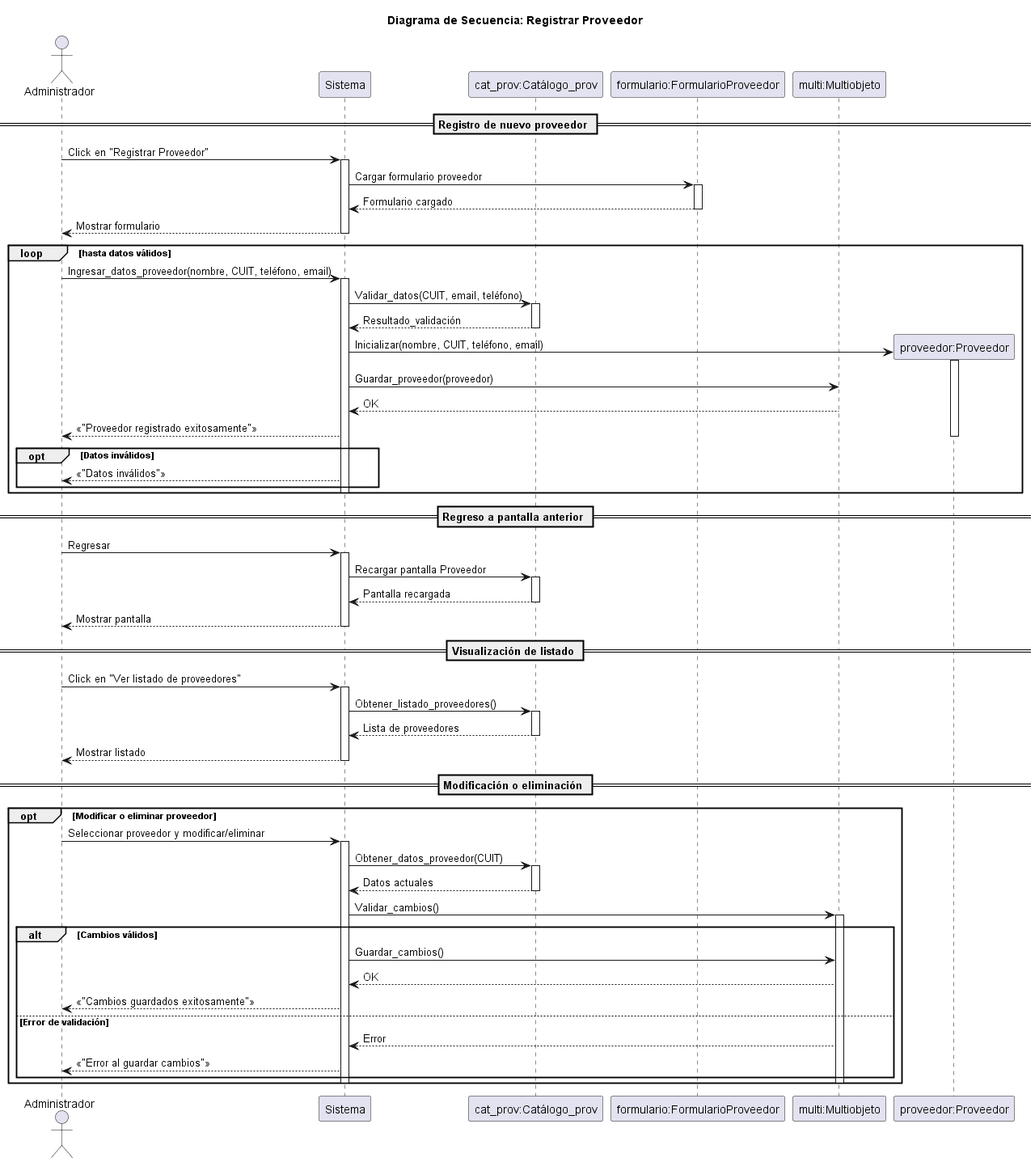
Before: 08-Diagrama-secuencia/proveedor.png, a diagram exported from PlantUML (Luci1274/PPI_Proyecto_gomeria).
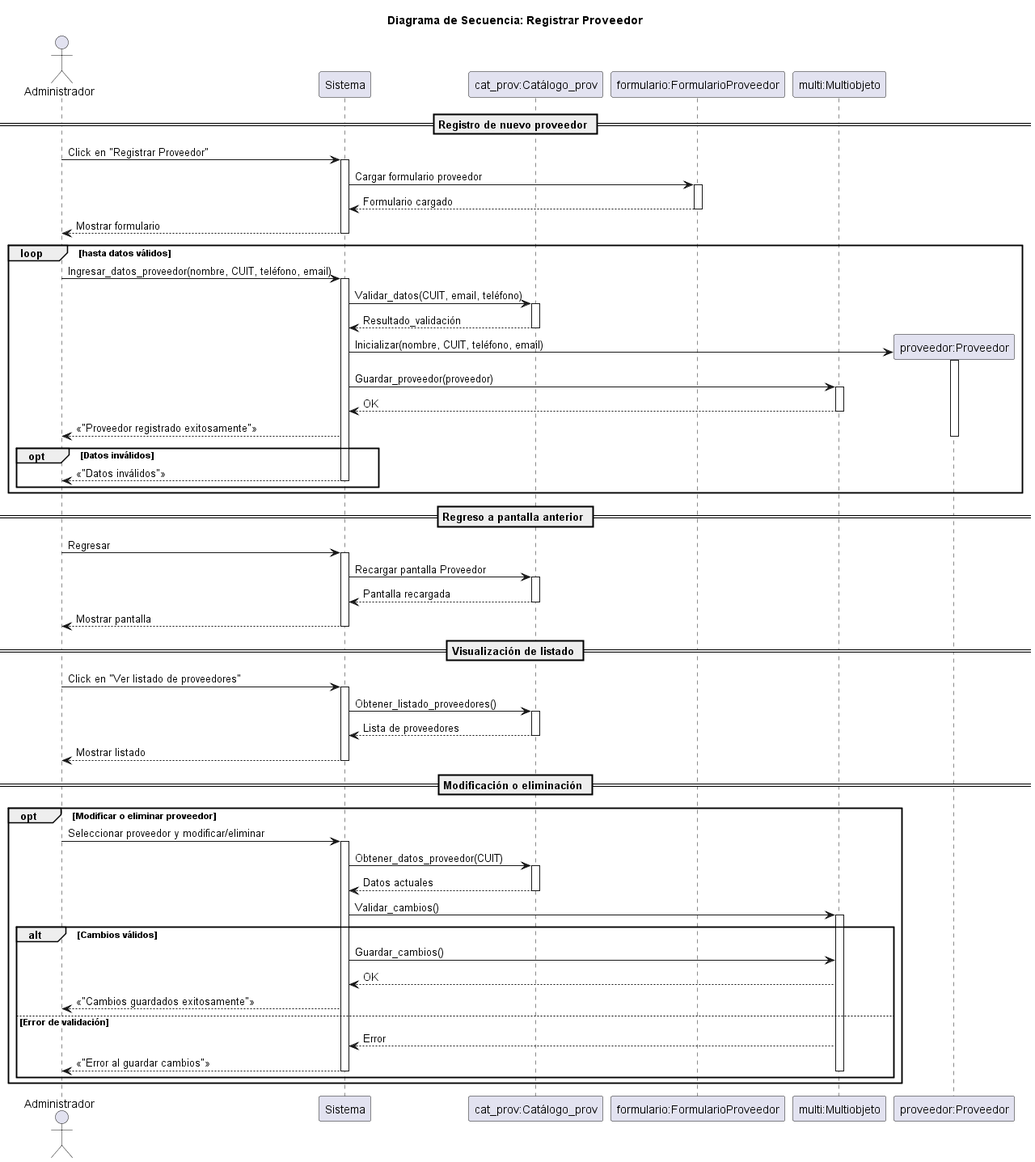
Above is the later version.

Diff of the diagram source:
```diff
@@ -30,13 +30,15 @@
     Sistema -> P: Inicializar(nombre, CUIT, teléfono, email)
     activate P
     Sistema -> MULT: Guardar_proveedor(proveedor)
+    activate MULT
     MULT --> Sistema: OK
+    deactivate MULT
     Sistema --> Administrador: <<"Proveedor registrado exitosamente">>
     deactivate P
     opt Datos inválidos
         Sistema --> Administrador: <<"Datos inválidos">>
+        deactivate Sistema
     end
-    deactivate Sistema
 end
 
 == Regreso a pantalla anterior ==
@@ -76,9 +78,9 @@
     else Error de validación
         MULT --> Sistema: Error
         Sistema --> Administrador: <<"Error al guardar cambios">>
+        deactivate MULT
+        deactivate Sistema
     end
-    deactivate MULT
-    deactivate Sistema
 end
 
 @enduml
```
